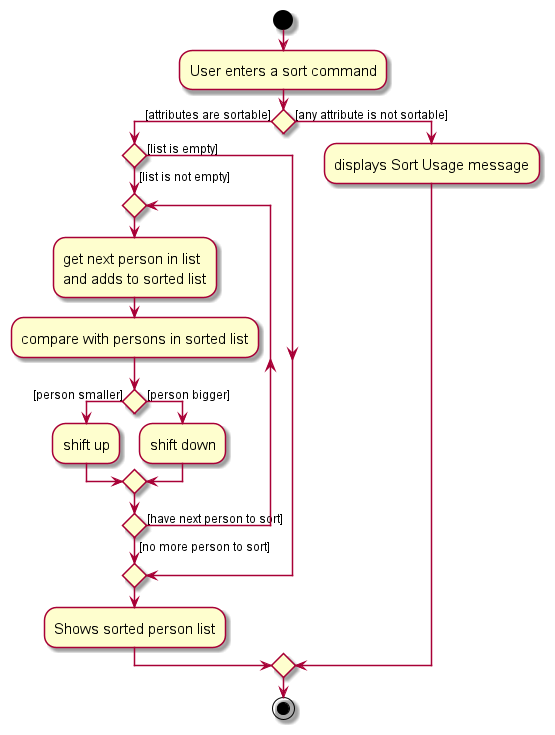
Before: docs/images/SortActivityDiagram.png, a diagram exported from PlantUML (whitesnowx/tp).
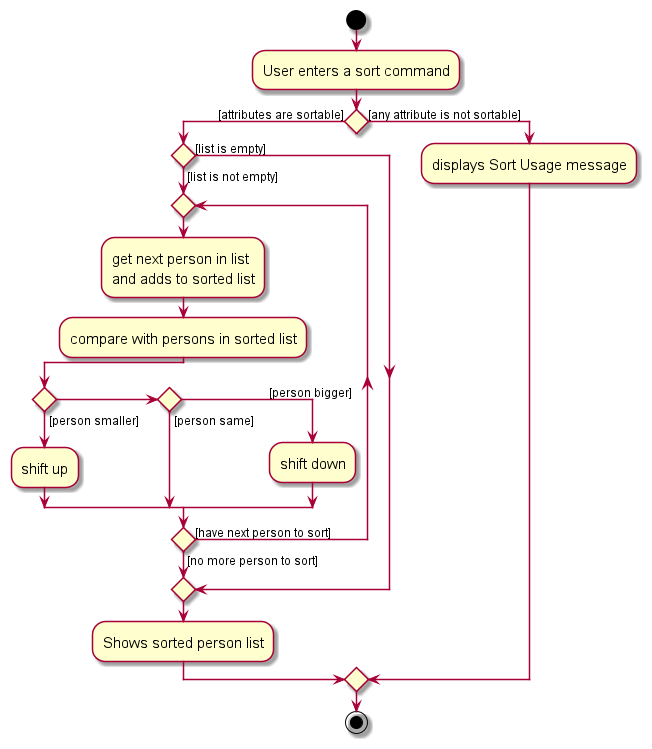
After the commit.

The edit, as a diff of the source:
```diff
@@ -14,7 +14,8 @@
             :compare with persons in sorted list;
             if () then ([person smaller])
                 :shift up;
-            else ([person bigger])
+            else if () then ([person same])
+            else (                             [person bigger])
                 :shift down;
             endif
         repeat while () is ([have next person to sort]) not ([no more person to sort])
```
